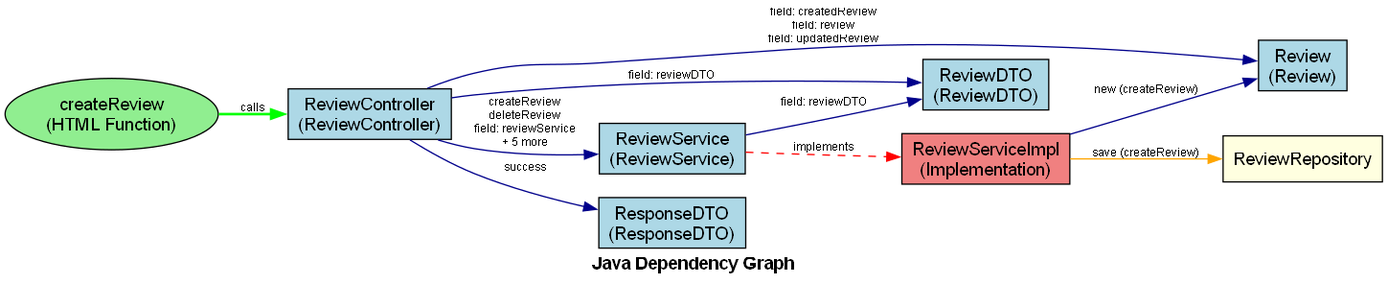
Above: dependencies.png in tudao164/DependGraphForJava2 (Graphviz), before the change. Its source is kept beside it as dependencies.dot.
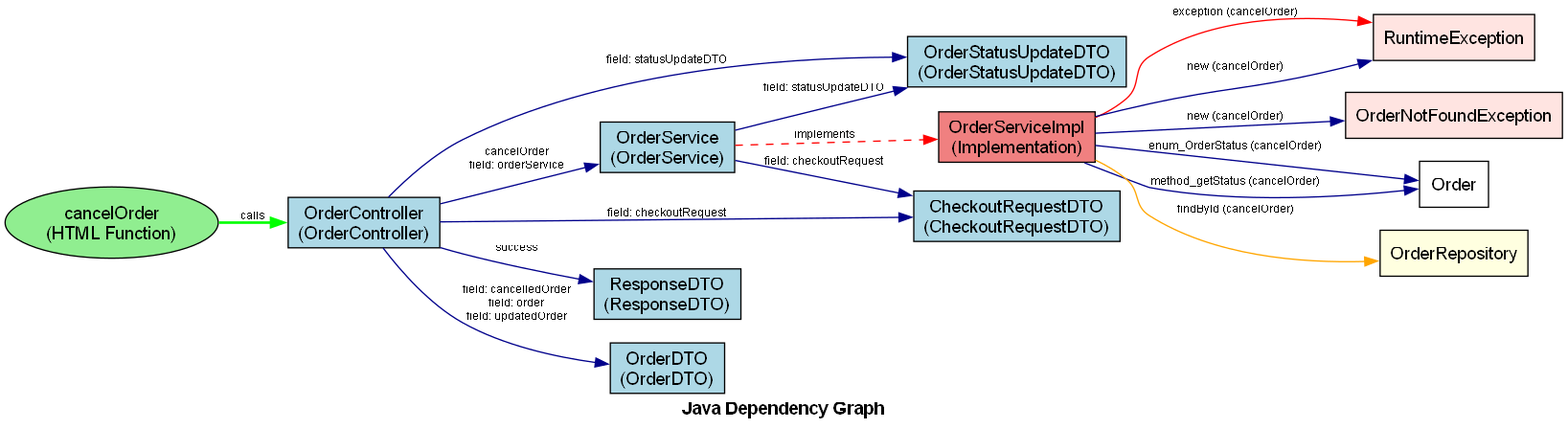
After the change.

Commit message:
Fix nhieu function noi voi service

The edit, as a diff of the source:
```diff
@@ -4,25 +4,37 @@
     edge [fontname="Arial", fontsize=9, color=darkblue];
     graph [fontname="Arial Bold", fontsize=14, label="Java Dependency Graph"];
 
-    "Review" [label="Review\n(Review)", URL="javascript:showNodeInfo('Review')", fillcolor="lightblue"];
-    "ReviewDTO" [label="ReviewDTO\n(ReviewDTO)", URL="javascript:showNodeInfo('ReviewDTO')", fillcolor="lightblue"];
-    "ReviewService" [label="ReviewService\n(ReviewService)", URL="javascript:showNodeInfo('ReviewService')", fillcolor="lightblue"];
+    "OrderStatusUpdateDTO" [label="OrderStatusUpdateDTO\n(OrderStatusUpdateDTO)", URL="javascript:showNodeInfo('OrderStatusUpdateDTO')", fillcolor="lightblue"];
+    "CheckoutRequestDTO" [label="CheckoutRequestDTO\n(CheckoutRequestDTO)", URL="javascript:showNodeInfo('CheckoutRequestDTO')", fillcolor="lightblue"];
     "ResponseDTO" [label="ResponseDTO\n(ResponseDTO)", URL="javascript:showNodeInfo('ResponseDTO')", fillcolor="lightblue"];
-    "ReviewController" [label="ReviewController\n(ReviewController)", URL="javascript:showNodeInfo('ReviewController')", fillcolor="lightblue"];
+    "OrderController" [label="OrderController\n(OrderController)", URL="javascript:showNodeInfo('OrderController')", fillcolor="lightblue"];
+    "OrderDTO" [label="OrderDTO\n(OrderDTO)", URL="javascript:showNodeInfo('OrderDTO')", fillcolor="lightblue"];
+    "OrderService" [label="OrderService\n(OrderService)", URL="javascript:showNodeInfo('OrderService')", fillcolor="lightblue"];
 
-    "ReviewController" -> "ResponseDTO" [label="success", URL="javascript:showEdgeInfo('ReviewController', 'ResponseDTO')"];
-    "ReviewController" -> "ReviewService" [label="createReview\ndeleteReview\nfield: reviewService\n+ 5 more", URL="javascript:showEdgeInfo('ReviewController', 'ReviewService')"];
-    "ReviewController" -> "Review" [label="field: createdReview\nfield: review\nfield: updatedReview", URL="javascript:showEdgeInfo('ReviewController', 'Review')"];
-    "ReviewController" -> "ReviewDTO" [label="field: reviewDTO", URL="javascript:showEdgeInfo('ReviewController', 'ReviewDTO')"];
-    "ReviewService" -> "ReviewDTO" [label="field: reviewDTO", URL="javascript:showEdgeInfo('ReviewService', 'ReviewDTO')"];
+    "OrderController" -> "ResponseDTO" [label="success", URL="javascript:showEdgeInfo('OrderController', 'ResponseDTO')"];
+    "OrderController" -> "OrderService" [label="cancelOrder\nfield: orderService", URL="javascript:showEdgeInfo('OrderController', 'OrderService')"];
+    "OrderController" -> "OrderDTO" [label="field: cancelledOrder\nfield: order\nfield: updatedOrder", URL="javascript:showEdgeInfo('OrderController', 'OrderDTO')"];
+    "OrderController" -> "CheckoutRequestDTO" [label="field: checkoutRequest", URL="javascript:showEdgeInfo('OrderController', 'CheckoutRequestDTO')"];
+    "OrderController" -> "OrderStatusUpdateDTO" [label="field: statusUpdateDTO", URL="javascript:showEdgeInfo('OrderController', 'OrderStatusUpdateDTO')"];
+    "OrderService" -> "CheckoutRequestDTO" [label="field: checkoutRequest", URL="javascript:showEdgeInfo('OrderService', 'CheckoutRequestDTO')"];
+    "OrderService" -> "OrderStatusUpdateDTO" [label="field: statusUpdateDTO", URL="javascript:showEdgeInfo('OrderService', 'OrderStatusUpdateDTO')"];
 
-    "ReviewServiceImpl" [label="ReviewServiceImpl\n(Implementation)", URL="javascript:showNodeInfo('ReviewServiceImpl')", fillcolor="lightcoral", shape="box"];
-    "ReviewService" -> "ReviewServiceImpl" [label="implements", URL="javascript:showEdgeInfo('ReviewService', 'ReviewServiceImpl')", color="red", style="dashed"];
+    "OrderServiceImpl" [label="OrderServiceImpl\n(Implementation)", URL="javascript:showNodeInfo('OrderServiceImpl')", fillcolor="lightcoral", shape="box"];
+    "OrderService" -> "OrderServiceImpl" [label="implements", URL="javascript:showEdgeInfo('OrderService', 'OrderServiceImpl')", color="red", style="dashed"];
 
-    "ReviewServiceImpl" -> "Review" [label="new (createReview)", URL="javascript:showEdgeInfo('ReviewServiceImpl', 'Review')"];
-    "ReviewRepository" [label="ReviewRepository", URL="javascript:showNodeInfo('ReviewRepository')", fillcolor="lightyellow", shape="box"];
-    "ReviewServiceImpl" -> "ReviewRepository" [label="save (createReview)", URL="javascript:showEdgeInfo('ReviewServiceImpl', 'ReviewRepository')", color="orange"];
+    "RuntimeException" [label="RuntimeException", URL="javascript:showNodeInfo('RuntimeException')", fillcolor="mistyrose", shape="box"];
+    "OrderServiceImpl" -> "RuntimeException" [label="exception (cancelOrder)", URL="javascript:showEdgeInfo('OrderServiceImpl', 'RuntimeException')", color="red"];
+    "RuntimeException" [label="RuntimeException", URL="javascript:showNodeInfo('RuntimeException')", fillcolor="mistyrose", shape="box"];
+    "OrderServiceImpl" -> "RuntimeException" [label="new (cancelOrder)", URL="javascript:showEdgeInfo('OrderServiceImpl', 'RuntimeException')"];
+    "OrderNotFoundException" [label="OrderNotFoundException", URL="javascript:showNodeInfo('OrderNotFoundException')", fillcolor="mistyrose", shape="box"];
+    "OrderServiceImpl" -> "OrderNotFoundException" [label="new (cancelOrder)", URL="javascript:showEdgeInfo('OrderServiceImpl', 'OrderNotFoundException')"];
+    "Order" [label="Order", URL="javascript:showNodeInfo('Order')", fillcolor="white", shape="box"];
+    "OrderServiceImpl" -> "Order" [label="enum_OrderStatus (cancelOrder)", URL="javascript:showEdgeInfo('OrderServiceImpl', 'Order')"];
+    "OrderRepository" [label="OrderRepository", URL="javascript:showNodeInfo('OrderRepository')", fillcolor="lightyellow", shape="box"];
+    "OrderServiceImpl" -> "OrderRepository" [label="findById (cancelOrder)", URL="javascript:showEdgeInfo('OrderServiceImpl', 'OrderRepository')", color="orange"];
+    "Order" [label="Order", URL="javascript:showNodeInfo('Order')", fillcolor="white", shape="box"];
+    "OrderServiceImpl" -> "Order" [label="method_getStatus (cancelOrder)", URL="javascript:showEdgeInfo('OrderServiceImpl', 'Order')"];
 
-    "HTML_createReview" [label="createReview\n(HTML Function)", URL="javascript:showNodeInfo('HTML_createReview')", fillcolor="lightgreen", shape="ellipse"];
-    "HTML_createReview" -> "ReviewController" [label="calls", URL="javascript:showEdgeInfo('HTML_createReview', 'ReviewController')", color="green", style="bold"];
+    "HTML_cancelOrder" [label="cancelOrder\n(HTML Function)", URL="javascript:showNodeInfo('HTML_cancelOrder')", fillcolor="lightgreen", shape="ellipse"];
+    "HTML_cancelOrder" -> "OrderController" [label="calls", URL="javascript:showEdgeInfo('HTML_cancelOrder', 'OrderController')", color="green", style="bold"];
 }
```
